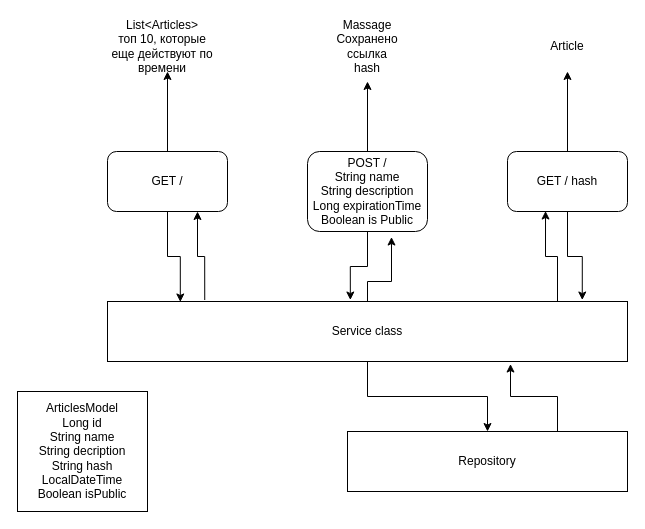
Earlier version of the draw.io diagram src/main/resources/Диаграмма без названия.drawio (IvanBely/Articles). Source tidied: cells renumbered, new cells numbered last; positions are measured from the earlier drawing's top-left corner, leaving out a move shared by most shapes. Both pictures are drawn from the tidied source at 100%, with x=0, y=0 at pixel (17, 31).
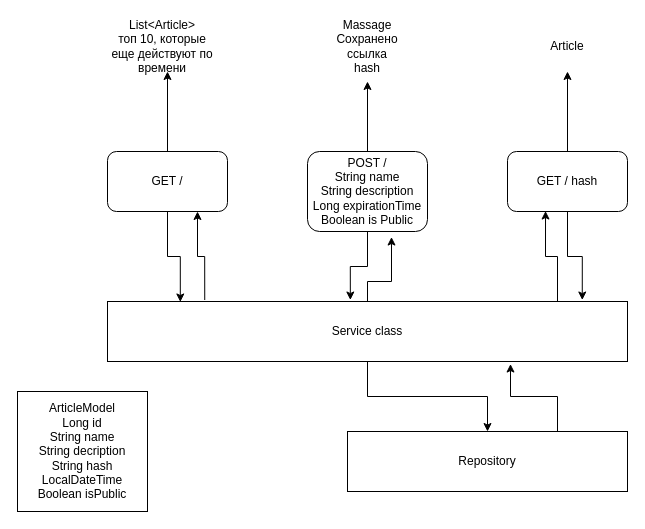
The same diagram, later.

The edit, as a diff of the source:
```diff
@@
-    <mxCell id="12" value="List&amp;lt;Articles&amp;gt;&lt;div&gt;топ 10, которые еще действуют по времени&lt;/div&gt;" style="text;html=1;align=center;verticalAlign=middle;whiteSpace=wrap;rounded=0;" parent="1" vertex="1">
+    <mxCell id="12" value="List&amp;lt;Article&amp;gt;&lt;div&gt;топ 10, которые еще действуют по времени&lt;/div&gt;" style="text;html=1;align=center;verticalAlign=middle;whiteSpace=wrap;rounded=0;" parent="1" vertex="1">
       <mxGeometry x="90" width="110" height="30" as="geometry" />
     </mxCell>
@@
-    <mxCell id="20" value="ArticlesModel&lt;div&gt;Long id&lt;/div&gt;&lt;div&gt;String name&lt;/div&gt;&lt;div&gt;String decription&lt;/div&gt;&lt;div&gt;String hash&lt;/div&gt;&lt;div&gt;LocalDateTime&lt;/div&gt;&lt;div&gt;Boolean isPublic&lt;/div&gt;" style="rounded=0;whiteSpace=wrap;html=1;" parent="1" vertex="1">
+    <mxCell id="20" value="ArticleModel&lt;div&gt;Long id&lt;/div&gt;&lt;div&gt;String name&lt;/div&gt;&lt;div&gt;String decription&lt;/div&gt;&lt;div&gt;String hash&lt;/div&gt;&lt;div&gt;LocalDateTime&lt;/div&gt;&lt;div&gt;Boolean isPublic&lt;/div&gt;" style="rounded=0;whiteSpace=wrap;html=1;" parent="1" vertex="1">
       <mxGeometry y="360" width="130" height="120" as="geometry" />
     </mxCell>
```
